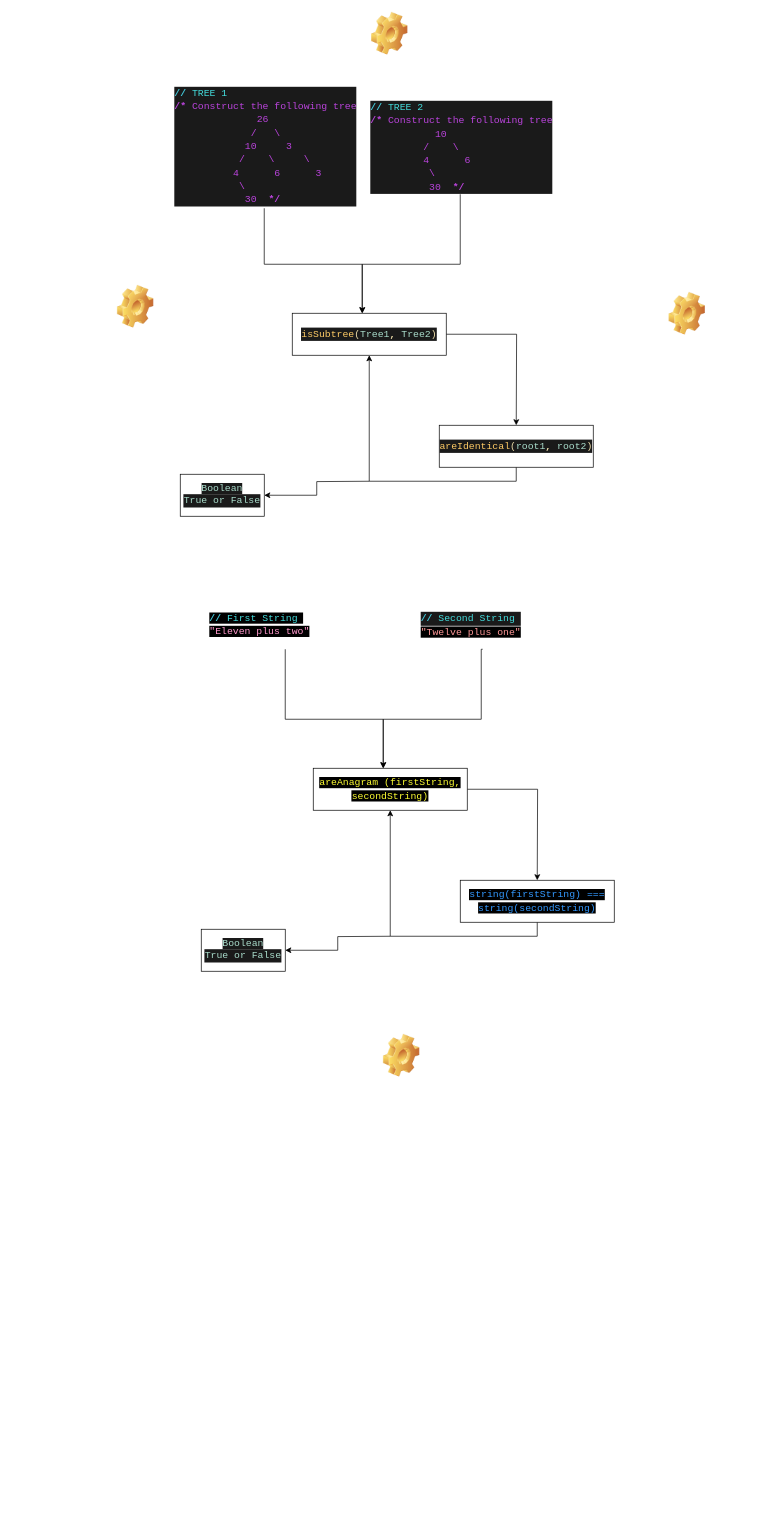
This is page "Page-15" (14 of 14) of Untitled Diagram.drawio from shadykh/uml, a draw.io file, before an edit. Source tidied: cells renumbered, new cells numbered last; positions are measured from the earlier drawing's top-left corner, leaving out a move shared by most shapes. Both pictures are drawn from the tidied source at 70%, with x=0, y=0 at pixel (117, 12).
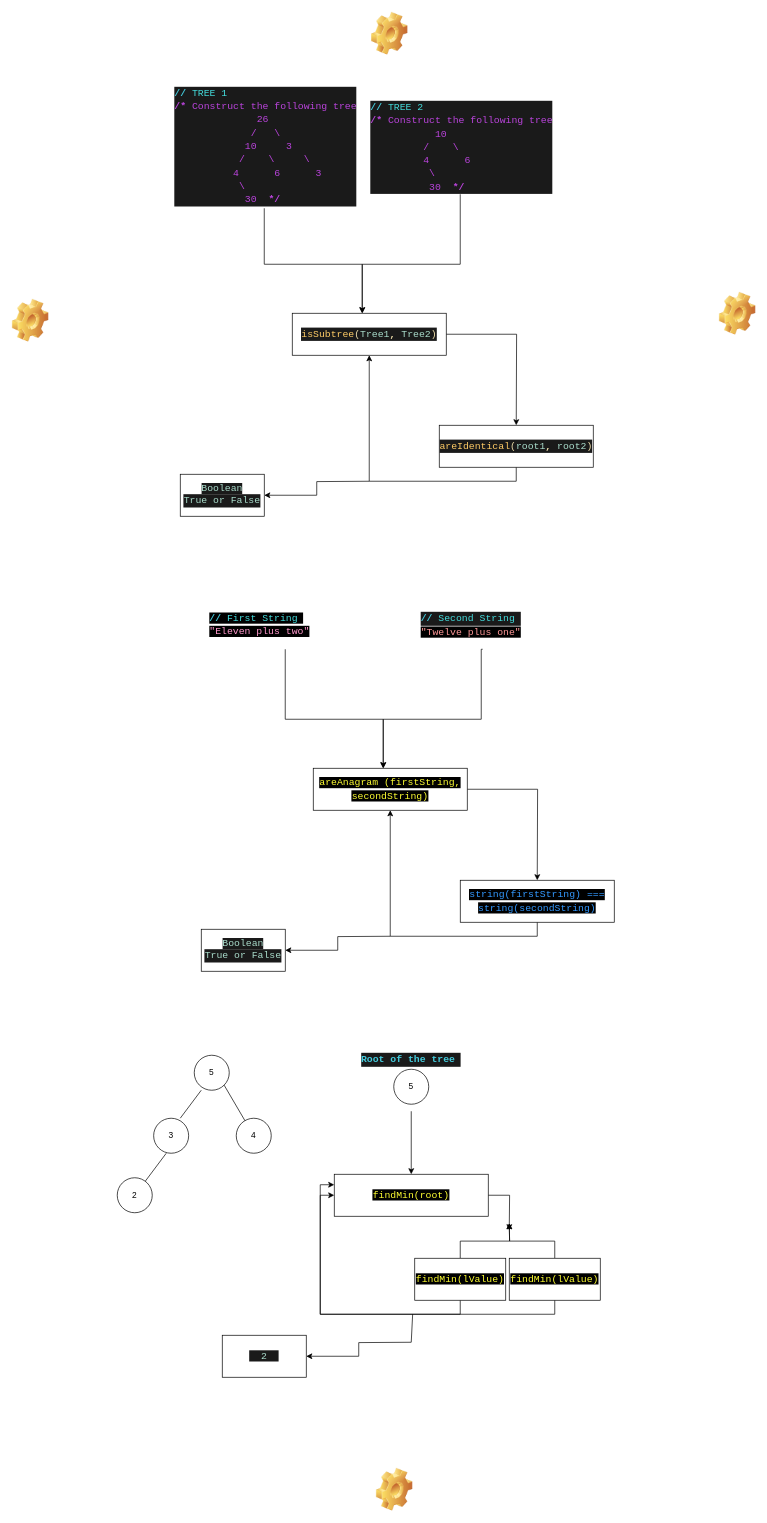
The same diagram, later.

The edit, as a diff of the source:
```diff
@@
     <mxCell id="12" style="shape=image;html=1;verticalLabelPosition=bottom;verticalAlign=top;imageAspect=1;image=img/clipart/Gear_128x128.png;" parent="1" vertex="1">
-      <mxGeometry y="390" width="52" height="61" as="geometry" />
+      <mxGeometry x="-150" y="410" width="52" height="61" as="geometry" />
     </mxCell>
     <mxCell id="13" style="shape=image;html=1;verticalLabelPosition=bottom;verticalAlign=top;imageAspect=1;image=img/clipart/Gear_128x128.png;" parent="1" vertex="1">
-      <mxGeometry x="788" y="400" width="52" height="61" as="geometry" />
+      <mxGeometry x="860" y="400" width="52" height="61" as="geometry" />
     </mxCell>
@@
     <mxCell id="25" style="shape=image;html=1;verticalLabelPosition=bottom;verticalAlign=top;imageAspect=1;image=img/clipart/Gear_128x128.png;" parent="1" vertex="1">
-      <mxGeometry x="380" y="1460" width="52" height="61" as="geometry" />
+      <mxGeometry x="370" y="2080" width="52" height="61" as="geometry" />
     </mxCell>
+    <mxCell id="26" style="edgeStyle=orthogonalEdgeStyle;rounded=0;jettySize=auto;html=1;exitX=0.5;exitY=1;exitDx=0;exitDy=0;" parent="1" edge="1" source="27" target="30">
+      <mxGeometry relative="1" as="geometry" />
+    </mxCell>
+    <mxCell id="27" value="&lt;div style=&quot;line-height: 19px&quot;&gt;&lt;div style=&quot;background-color: rgb(26 , 26 , 26)&quot;&gt;&lt;font color=&quot;#44ccdd&quot; face=&quot;consolas, courier new, monospace&quot;&gt;&lt;span style=&quot;font-size: 14px&quot;&gt;&lt;b&gt;Root of the tree&amp;nbsp;&lt;/b&gt;&lt;/span&gt;&lt;/font&gt;&lt;/div&gt;&lt;/div&gt;" style="text;whiteSpace=wrap;html=1;align=center;" parent="1" vertex="1">
+      <mxGeometry x="330" y="1480" width="180" height="90" as="geometry" />
+    </mxCell>
+    <mxCell id="28" style="edgeStyle=orthogonalEdgeStyle;rounded=0;jettySize=auto;html=1;" parent="1" edge="1" target="34">
+      <mxGeometry relative="1" as="geometry">
+        <mxPoint x="420" y="1900" as="sourcePoint" />
+      </mxGeometry>
+    </mxCell>
+    <mxCell id="29" style="edgeStyle=orthogonalEdgeStyle;rounded=0;jettySize=auto;html=1;exitX=1;exitY=0.5;exitDx=0;exitDy=0;" parent="1" edge="1" source="30">
+      <mxGeometry relative="1" as="geometry">
+        <mxPoint x="560" y="1740" as="targetPoint" />
+      </mxGeometry>
+    </mxCell>
+    <mxCell id="30" value="&lt;div style=&quot;font-family: &amp;#34;consolas&amp;#34; , &amp;#34;courier new&amp;#34; , monospace ; font-size: 14px ; line-height: 19px&quot;&gt;&lt;div style=&quot;font-family: &amp;#34;consolas&amp;#34; , &amp;#34;courier new&amp;#34; , monospace ; line-height: 19px&quot;&gt;&lt;div style=&quot;font-family: &amp;#34;consolas&amp;#34; , &amp;#34;courier new&amp;#34; , monospace ; line-height: 19px&quot;&gt;&lt;font color=&quot;#ffff33&quot;&gt;&lt;span style=&quot;background-color: rgb(0 , 0 , 0)&quot;&gt;findMin(root)&lt;/span&gt;&lt;/font&gt;&lt;/div&gt;&lt;/div&gt;&lt;/div&gt;" style="rounded=0;whiteSpace=wrap;html=1;" parent="1" vertex="1">
+      <mxGeometry x="310" y="1660" width="220" height="60" as="geometry" />
+    </mxCell>
+    <mxCell id="31" style="edgeStyle=orthogonalEdgeStyle;rounded=0;jettySize=auto;html=1;exitX=0.5;exitY=0;exitDx=0;exitDy=0;" parent="1" edge="1" source="33">
+      <mxGeometry relative="1" as="geometry">
+        <mxPoint x="560" y="1730" as="targetPoint" />
+      </mxGeometry>
+    </mxCell>
+    <mxCell id="32" style="edgeStyle=orthogonalEdgeStyle;rounded=0;jettySize=auto;html=1;exitX=0.5;exitY=1;exitDx=0;exitDy=0;entryX=0;entryY=0.25;entryDx=0;entryDy=0;" parent="1" edge="1" source="33" target="30">
+      <mxGeometry relative="1" as="geometry" />
+    </mxCell>
+    <mxCell id="33" value="&lt;div style=&quot;font-family: &amp;#34;consolas&amp;#34; , &amp;#34;courier new&amp;#34; , monospace ; font-size: 14px ; line-height: 19px&quot;&gt;&lt;div style=&quot;font-family: &amp;#34;consolas&amp;#34; , &amp;#34;courier new&amp;#34; , monospace ; line-height: 19px&quot;&gt;&lt;div style=&quot;font-family: &amp;#34;consolas&amp;#34; , &amp;#34;courier new&amp;#34; , monospace ; line-height: 19px&quot;&gt;&lt;span style=&quot;color: rgb(255 , 255 , 51) ; background-color: rgb(0 , 0 , 0)&quot;&gt;findMin(lValue)&lt;/span&gt;&lt;br&gt;&lt;/div&gt;&lt;/div&gt;&lt;/div&gt;" style="rounded=0;whiteSpace=wrap;html=1;" parent="1" vertex="1">
+      <mxGeometry x="425" y="1780" width="130" height="60" as="geometry" />
+    </mxCell>
+    <mxCell id="34" value="&lt;font color=&quot;#aaddcc&quot; face=&quot;consolas, courier new, monospace&quot;&gt;&lt;span style=&quot;font-size: 14px ; background-color: rgb(26 , 26 , 26)&quot;&gt;&amp;nbsp; 2&amp;nbsp;&amp;nbsp;&lt;/span&gt;&lt;/font&gt;" style="rounded=0;whiteSpace=wrap;html=1;" parent="1" vertex="1">
+      <mxGeometry x="150" y="1890" width="120" height="60" as="geometry" />
+    </mxCell>
+    <mxCell id="35" value="5" style="ellipse;whiteSpace=wrap;html=1;" parent="1" vertex="1">
+      <mxGeometry x="110" y="1490" width="50" height="50" as="geometry" />
+    </mxCell>
+    <mxCell id="36" value="3" style="ellipse;whiteSpace=wrap;html=1;" parent="1" vertex="1">
+      <mxGeometry x="52" y="1580" width="50" height="50" as="geometry" />
+    </mxCell>
+    <mxCell id="37" value="4" style="ellipse;whiteSpace=wrap;html=1;" parent="1" vertex="1">
+      <mxGeometry x="170" y="1580" width="50" height="50" as="geometry" />
+    </mxCell>
+    <mxCell id="38" value="2" style="ellipse;whiteSpace=wrap;html=1;" parent="1" vertex="1">
+      <mxGeometry y="1665" width="50" height="50" as="geometry" />
+    </mxCell>
+    <mxCell id="39" value="5" style="ellipse;whiteSpace=wrap;html=1;" parent="1" vertex="1">
+      <mxGeometry x="395" y="1510" width="50" height="50" as="geometry" />
+    </mxCell>
+    <mxCell id="40" style="endArrow=none;html=1;" parent="1" edge="1">
+      <mxGeometry relative="1" as="geometry">
+        <mxPoint x="90" y="1580" as="sourcePoint" />
+        <mxPoint x="120" y="1540" as="targetPoint" />
+      </mxGeometry>
+    </mxCell>
+    <mxCell id="41" style="endArrow=none;html=1;" parent="1" edge="1">
+      <mxGeometry relative="1" as="geometry">
+        <mxPoint x="40" y="1670" as="sourcePoint" />
+        <mxPoint x="70" y="1630" as="targetPoint" />
+      </mxGeometry>
+    </mxCell>
+    <mxCell id="42" style="endArrow=none;html=1;entryX=1;entryY=1;entryDx=0;entryDy=0;" parent="1" edge="1" source="37" target="35">
+      <mxGeometry relative="1" as="geometry" />
+    </mxCell>
+    <mxCell id="43" style="edgeStyle=orthogonalEdgeStyle;rounded=0;jettySize=auto;html=1;exitX=0.5;exitY=0;exitDx=0;exitDy=0;" parent="1" edge="1" source="45">
+      <mxGeometry relative="1" as="geometry">
+        <mxPoint x="560" y="1730" as="targetPoint" />
+      </mxGeometry>
+    </mxCell>
+    <mxCell id="44" style="edgeStyle=orthogonalEdgeStyle;rounded=0;jettySize=auto;html=1;exitX=0.5;exitY=1;exitDx=0;exitDy=0;entryX=0;entryY=0.5;entryDx=0;entryDy=0;" parent="1" edge="1" source="45" target="30">
+      <mxGeometry relative="1" as="geometry" />
+    </mxCell>
+    <mxCell id="45" value="&lt;div style=&quot;font-family: &amp;#34;consolas&amp;#34; , &amp;#34;courier new&amp;#34; , monospace ; font-size: 14px ; line-height: 19px&quot;&gt;&lt;div style=&quot;font-family: &amp;#34;consolas&amp;#34; , &amp;#34;courier new&amp;#34; , monospace ; line-height: 19px&quot;&gt;&lt;div style=&quot;font-family: &amp;#34;consolas&amp;#34; , &amp;#34;courier new&amp;#34; , monospace ; line-height: 19px&quot;&gt;&lt;span style=&quot;color: rgb(255 , 255 , 51) ; background-color: rgb(0 , 0 , 0)&quot;&gt;findMin(lValue)&lt;/span&gt;&lt;br&gt;&lt;/div&gt;&lt;/div&gt;&lt;/div&gt;" style="rounded=0;whiteSpace=wrap;html=1;" parent="1" vertex="1">
+      <mxGeometry x="560" y="1780" width="130" height="60" as="geometry" />
+    </mxCell>
+    <mxCell id="46" style="endArrow=none;html=1;" parent="1" edge="1">
+      <mxGeometry relative="1" as="geometry">
+        <mxPoint x="420" y="1900" as="sourcePoint" />
+        <mxPoint x="422" y="1860" as="targetPoint" />
+      </mxGeometry>
+    </mxCell>
```
